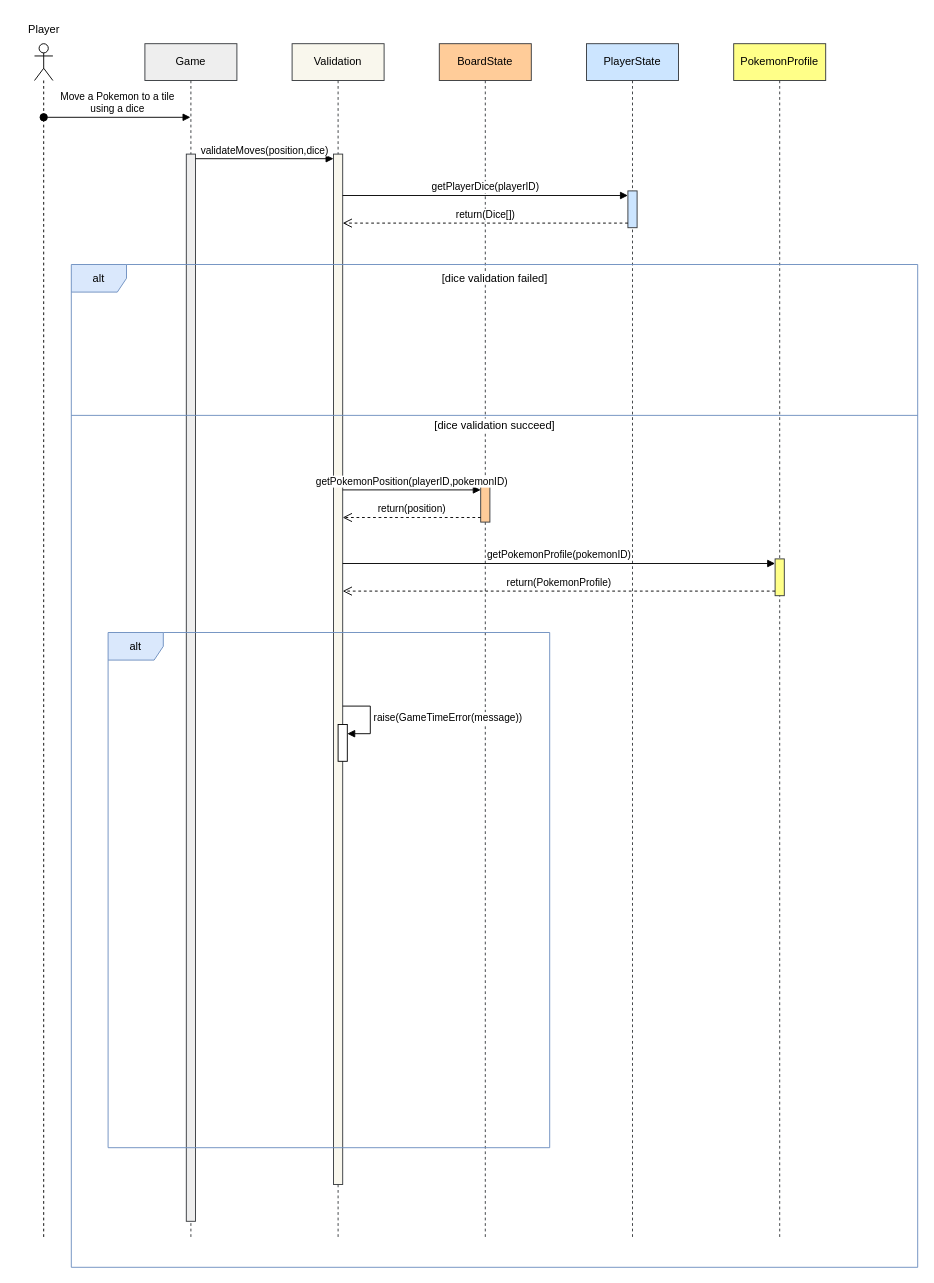
Crythemoon/PokemonBoardGame keeps this draw.io diagram as planning/game mechanics/MovingPokemon.drawio. Above is the earlier version. Source tidied: cells renumbered, new cells numbered last; positions are measured from the earlier drawing's top-left corner, leaving out a move shared by most shapes. Both pictures are drawn from the tidied source at 92%, with x=0, y=0 at pixel (16, 16).
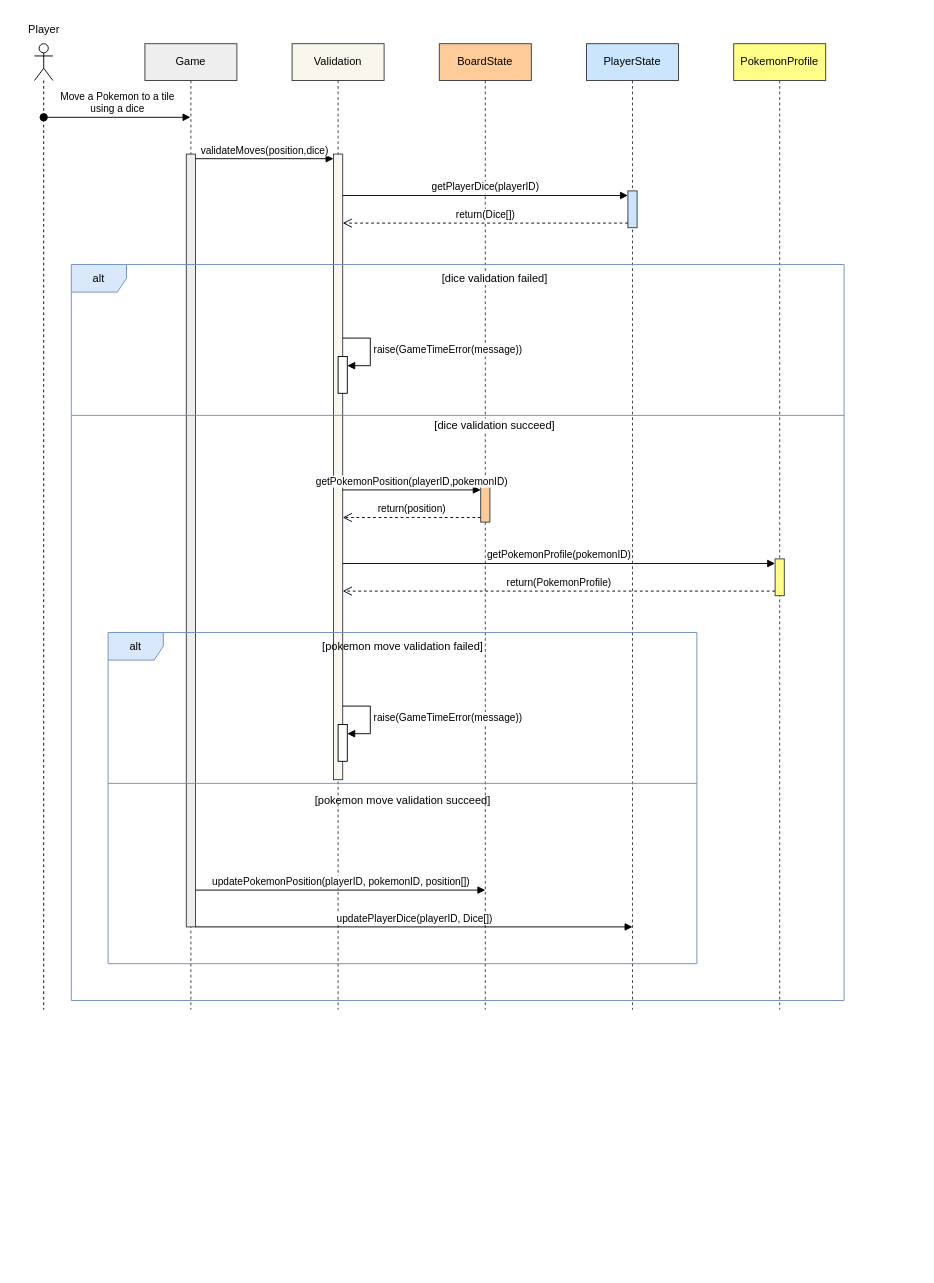
After the change.

Diff of the diagram source:
```diff
@@
     <mxCell id="2" style="shape=umlLifeline;perimeter=lifelinePerimeter;whiteSpace=wrap;html=1;newEdgeStyle={&quot;curved&quot;:0,&quot;rounded&quot;:0};participant=umlActor;" parent="1" vertex="1">
-      <mxGeometry x="20" y="30" width="20" height="1300" as="geometry" />
+      <mxGeometry x="20" y="30" width="20" height="1050" as="geometry" />
     </mxCell>
@@
     <mxCell id="4" value="Game" style="shape=umlLifeline;perimeter=lifelinePerimeter;whiteSpace=wrap;html=1;outlineConnect=0;portConstraint=eastwest;newEdgeStyle={&quot;curved&quot;:0,&quot;rounded&quot;:0};fillColor=#eeeeee;strokeColor=#36393d;" parent="1" vertex="1">
-      <mxGeometry x="140" y="30" width="100" height="1300" as="geometry" />
+      <mxGeometry x="140" y="30" width="100" height="1050" as="geometry" />
     </mxCell>
     <mxCell id="5" style="html=1;points=[[0,0,0,0,5],[0,1,0,0,-5],[1,0,0,0,5],[1,1,0,0,-5]];perimeter=orthogonalPerimeter;outlineConnect=0;targetShapes=umlLifeline;portConstraint=eastwest;newEdgeStyle={&quot;curved&quot;:0,&quot;rounded&quot;:0};fillColor=#eeeeee;strokeColor=#36393d;" parent="4" vertex="1">
-      <mxGeometry x="45" y="120" width="10" height="1160" as="geometry" />
+      <mxGeometry x="45" y="120" width="10" height="840" as="geometry" />
     </mxCell>
@@
     <mxCell id="7" value="Validation" style="shape=umlLifeline;perimeter=lifelinePerimeter;whiteSpace=wrap;html=1;newEdgeStyle={&quot;curved&quot;:0,&quot;rounded&quot;:0};fillColor=#f9f7ed;strokeColor=#36393d;" parent="1" vertex="1">
-      <mxGeometry x="300" y="30" width="100" height="1300" as="geometry" />
+      <mxGeometry x="300" y="30" width="100" height="1050" as="geometry" />
     </mxCell>
     <mxCell id="8" style="html=1;points=[[0,0,0,0,5],[0,1,0,0,-5],[1,0,0,0,5],[1,1,0,0,-5]];perimeter=orthogonalPerimeter;outlineConnect=0;targetShapes=umlLifeline;portConstraint=eastwest;newEdgeStyle={&quot;curved&quot;:0,&quot;rounded&quot;:0};fillColor=#f9f7ed;strokeColor=#36393d;" parent="7" vertex="1">
-      <mxGeometry x="45" y="120" width="10" height="1120" as="geometry" />
+      <mxGeometry x="45" y="120" width="10" height="680" as="geometry" />
     </mxCell>
     <mxCell id="9" value="BoardState" style="shape=umlLifeline;perimeter=lifelinePerimeter;whiteSpace=wrap;html=1;newEdgeStyle={&quot;curved&quot;:0,&quot;rounded&quot;:0};fillColor=#ffcc99;strokeColor=#36393d;" parent="1" vertex="1">
-      <mxGeometry x="460" y="30" width="100" height="1300" as="geometry" />
+      <mxGeometry x="460" y="30" width="100" height="1050" as="geometry" />
     </mxCell>
@@
     <mxCell id="11" value="PlayerState" style="shape=umlLifeline;perimeter=lifelinePerimeter;whiteSpace=wrap;html=1;newEdgeStyle={&quot;curved&quot;:0,&quot;rounded&quot;:0};fillColor=#cce5ff;strokeColor=#36393d;" parent="1" vertex="1">
-      <mxGeometry x="620" y="30" width="100" height="1300" as="geometry" />
+      <mxGeometry x="620" y="30" width="100" height="1050" as="geometry" />
     </mxCell>
@@
     <mxCell id="13" value="PokemonProfile" style="shape=umlLifeline;perimeter=lifelinePerimeter;whiteSpace=wrap;html=1;newEdgeStyle={&quot;curved&quot;:0,&quot;rounded&quot;:0};fillColor=#ffff88;strokeColor=#36393d;" parent="1" vertex="1">
-      <mxGeometry x="780" y="30" width="100" height="1300" as="geometry" />
+      <mxGeometry x="780" y="30" width="100" height="1050" as="geometry" />
     </mxCell>
@@
     <mxCell id="17" value="alt" style="shape=umlFrame;whiteSpace=wrap;html=1;fillColor=#dae8fc;strokeColor=#6c8ebf;" parent="1" vertex="1">
-      <mxGeometry x="60" y="270" width="920" height="1090" as="geometry" />
+      <mxGeometry x="60" y="270" width="840" height="800" as="geometry" />
     </mxCell>
@@
     <mxCell id="20" style="line;strokeWidth=1;fillColor=#dae8fc;align=left;verticalAlign=middle;spacingTop=-1;spacingLeft=3;spacingRight=3;labelPosition=right;strokeColor=#6c8ebf;" parent="1" vertex="1">
-      <mxGeometry x="60" y="430" width="920" height="8" as="geometry" />
+      <mxGeometry x="60" y="430" width="840" height="8" as="geometry" />
     </mxCell>
@@
     <mxCell id="28" value="alt" style="shape=umlFrame;whiteSpace=wrap;html=1;fillColor=#dae8fc;strokeColor=#6c8ebf;" parent="1" vertex="1">
-      <mxGeometry x="100" y="670" width="480" height="560" as="geometry" />
+      <mxGeometry x="100" y="670" width="640" height="360" as="geometry" />
     </mxCell>
+    <mxCell id="29" style="line;strokeWidth=1;fillColor=#dae8fc;align=left;verticalAlign=middle;spacingTop=-1;spacingLeft=3;spacingRight=3;labelPosition=right;strokeColor=#6c8ebf;" parent="1" vertex="1">
+      <mxGeometry x="100" y="830" width="640" height="8" as="geometry" />
+    </mxCell>
+    <mxCell id="30" style="html=1;points=[[0,0,0,0,5],[0,1,0,0,-5],[1,0,0,0,5],[1,1,0,0,-5]];perimeter=orthogonalPerimeter;outlineConnect=0;targetShapes=umlLifeline;portConstraint=eastwest;newEdgeStyle={&quot;curved&quot;:0,&quot;rounded&quot;:0};" parent="1" vertex="1">
+      <mxGeometry x="350" y="370" width="10" height="40" as="geometry" />
+    </mxCell>
+    <mxCell id="31" value="raise(GameTimeError(message))" style="html=1;align=left;spacingLeft=2;endArrow=block;rounded=0;edgeStyle=orthogonalEdgeStyle;curved=0;rounded=0;" parent="1" edge="1" target="30">
+      <mxGeometry relative="1" as="geometry">
+        <mxPoint x="355" y="350" as="sourcePoint" />
+        <Array as="points">
+          <mxPoint x="385" y="380" />
+        </Array>
+      </mxGeometry>
+    </mxCell>
+    <mxCell id="32" value="updatePokemonPosition(playerID, pokemonID, position[])" style="html=1;verticalAlign=bottom;endArrow=block;curved=0;rounded=0;" parent="1" edge="1" source="5">
+      <mxGeometry relative="1" as="geometry">
+        <mxPoint x="510" y="950" as="targetPoint" />
+      </mxGeometry>
+    </mxCell>
+    <mxCell id="33" value="updatePlayerDice(playerID, Dice[])" style="html=1;verticalAlign=bottom;endArrow=block;curved=0;rounded=0;" parent="1" edge="1" source="5">
+      <mxGeometry relative="1" as="geometry">
+        <mxPoint x="670" y="990" as="targetPoint" />
+      </mxGeometry>
+    </mxCell>
+    <mxCell id="34" value="[pokemon move validation failed]" style="text;html=1;align=center;verticalAlign=middle;strokeColor=none;fillColor=none;" parent="1" vertex="1">
+      <mxGeometry x="320" y="670" width="200" height="30" as="geometry" />
+    </mxCell>
+    <mxCell id="35" value="[pokemon move validation succeed]" style="text;html=1;align=center;verticalAlign=middle;strokeColor=none;fillColor=none;" parent="1" vertex="1">
+      <mxGeometry x="315" y="838" width="210" height="30" as="geometry" />
+    </mxCell>
```
